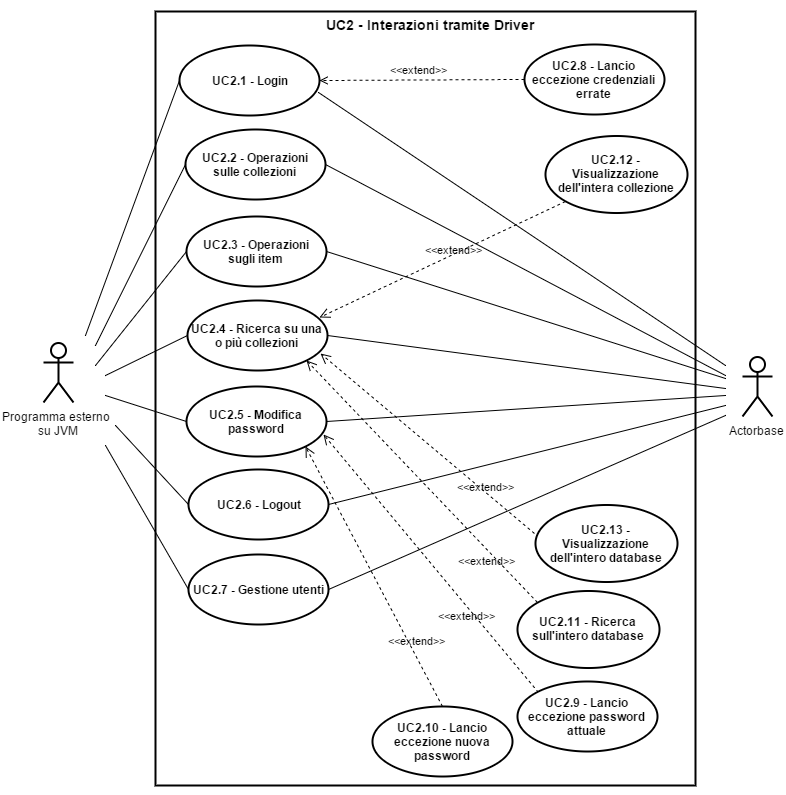
This is img/UseCases/UC2.png from ScalateKids/Actorbase-Documents, a draw.io export, as it was before one commit. Source tidied: cells renumbered, new cells last; positions are measured from the earlier drawing's top-left corner, leaving out a move shared by most shapes.
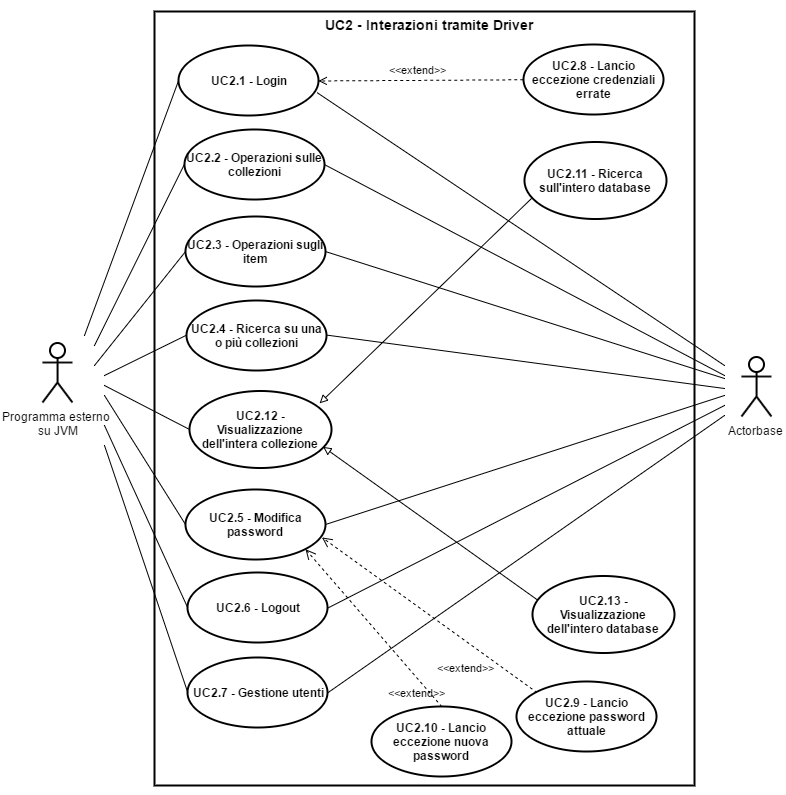
The same file after the commit.

What changed in the source:
```diff
@@ -73,16 +73,16 @@
       <mxGeometry x="337" width="100" height="40" as="geometry" />
     </mxCell>
     <mxCell id="20" style="edgeStyle=orthogonalEdgeStyle;rounded=0;html=1;exitX=0.5;exitY=1;entryX=0.5;entryY=1;jettySize=auto;orthogonalLoop=1;" parent="1" edge="1" source="3" target="3">
-      <mxGeometry x="1440" y="2140" as="geometry" />
+      <mxGeometry x="1439.8" y="2140.2" as="geometry" />
     </mxCell>
     <mxCell id="21" value="&lt;b&gt;UC2.5 - Modifica password&lt;/b&gt;" style="ellipse;whiteSpace=wrap;html=1;shadow=0;glass=0;strokeWidth=2;fillColor=none;" parent="1" vertex="1">
-      <mxGeometry x="143" y="384" width="140" height="70" as="geometry" />
+      <mxGeometry x="143" y="487" width="140" height="70" as="geometry" />
     </mxCell>
     <mxCell id="22" value="&lt;b&gt;UC2.6 - Logout&lt;/b&gt;" style="ellipse;whiteSpace=wrap;html=1;shadow=0;glass=0;strokeWidth=2;fillColor=none;" parent="1" vertex="1">
-      <mxGeometry x="145" y="467" width="140" height="70" as="geometry" />
+      <mxGeometry x="145" y="570" width="140" height="70" as="geometry" />
     </mxCell>
     <mxCell id="23" value="&lt;b&gt;UC2.7 - Gestione utenti&lt;/b&gt;" style="ellipse;whiteSpace=wrap;html=1;shadow=0;glass=0;strokeWidth=2;fillColor=none;" parent="1" vertex="1">
-      <mxGeometry x="145" y="552" width="140" height="70" as="geometry" />
+      <mxGeometry x="145" y="655" width="140" height="70" as="geometry" />
     </mxCell>
     <mxCell id="24" style="endArrow=none;html=1;strokeWidth=1;entryX=0;entryY=0.5;" parent="1" edge="1" target="21">
       <mxGeometry x="1120" y="1750" as="geometry">
@@ -90,8 +90,8 @@
       </mxGeometry>
     </mxCell>
     <mxCell id="25" style="endArrow=none;html=1;strokeWidth=1;entryX=0;entryY=0.5;" parent="1" edge="1" target="22">
-      <mxGeometry x="1130" y="1780" as="geometry">
-        <mxPoint x="72" y="423" as="sourcePoint" />
+      <mxGeometry x="1120" y="1780" as="geometry">
+        <mxPoint x="62" y="423" as="sourcePoint" />
       </mxGeometry>
     </mxCell>
     <mxCell id="26" style="endArrow=none;html=1;strokeWidth=1;exitX=1;exitY=0.5;" parent="1" edge="1" source="21">
@@ -100,7 +100,7 @@
       </mxGeometry>
     </mxCell>
     <mxCell id="27" style="endArrow=none;html=1;strokeWidth=1;exitX=1;exitY=0.5;" parent="1" edge="1" source="22">
-      <mxGeometry x="1343" y="1760" as="geometry">
+      <mxGeometry x="1343.4" y="1760" as="geometry">
         <mxPoint x="682" y="403" as="targetPoint" />
       </mxGeometry>
     </mxCell>
@@ -126,7 +126,7 @@
       <mxGeometry x="474.2" y="679.3" width="140" height="70" as="geometry" />
     </mxCell>
     <mxCell id="33" style="endArrow=none;html=1;strokeWidth=1;exitX=1;exitY=0.5;" parent="1" edge="1" source="23">
-      <mxGeometry x="1343" y="1770" as="geometry">
+      <mxGeometry x="1343.4" y="1770" as="geometry">
         <mxPoint x="682" y="413" as="targetPoint" />
       </mxGeometry>
     </mxCell>
@@ -134,7 +134,7 @@
       <mxGeometry x="481" y="42" width="140" height="70" as="geometry" />
     </mxCell>
     <mxCell id="35" style="edgeStyle=none;rounded=0;html=1;exitX=0;exitY=0.5;entryX=1;entryY=0.5;startArrow=none;startFill=0;endArrow=open;endFill=0;jettySize=auto;dashed=1;" parent="1" edge="1" source="34" target="16">
-      <mxGeometry x="1334" y="1434" as="geometry" />
+      <mxGeometry x="1333.9" y="1434.3" as="geometry" />
     </mxCell>
     <mxCell id="36" value="&amp;lt;&amp;lt;extend&amp;gt;&amp;gt;" style="text;html=1;align=center;verticalAlign=middle;labelBackgroundColor=none;fontSize=11;" parent="35" vertex="1">
       <mxGeometry x="0.16" y="-1" relative="1" as="geometry">
@@ -142,33 +142,29 @@
       </mxGeometry>
     </mxCell>
     <mxCell id="37" value="&amp;lt;&amp;lt;extend&amp;gt;&amp;gt;" style="text;html=1;align=center;verticalAlign=middle;labelBackgroundColor=none;fontSize=11;" parent="1" vertex="1">
-      <mxGeometry x="375" y="66.6" as="geometry">
+      <mxGeometry x="374.8" y="67" as="geometry">
         <mxPoint x="13" y="-10" as="offset" />
       </mxGeometry>
     </mxCell>
     <mxCell id="38" value="&lt;b&gt;&lt;font style=&quot;font-size: 12px&quot;&gt;UC2.11 - Ricerca sull'intero database&lt;/font&gt;&lt;/b&gt;" style="ellipse;whiteSpace=wrap;html=1;shadow=0;glass=0;strokeWidth=2;fillColor=none;" parent="1" vertex="1">
-      <mxGeometry x="474" y="588.3" width="142" height="77" as="geometry" />
+      <mxGeometry x="482" y="139.3" width="142" height="77" as="geometry" />
     </mxCell>
-    <mxCell id="39" value="&lt;font style=&quot;font-size: 11px&quot;&gt;&amp;lt;&amp;lt;extend&amp;gt;&amp;gt;&lt;/font&gt;" style="html=1;verticalAlign=bottom;endArrow=open;dashed=1;endSize=8;strokeWidth=1;fontSize=21;exitX=0;exitY=0;entryX=1;entryY=1;labelBackgroundColor=none;" parent="1" edge="1" source="38" target="7">
-      <mxGeometry as="geometry">
-        <mxPoint x="65" y="90" as="offset" />
-      </mxGeometry>
+    <mxCell id="39" value="&lt;b&gt;&lt;font style=&quot;font-size: 12px&quot;&gt;UC2.12 - Visualizzazione dell'intera collezione&lt;/font&gt;&lt;/b&gt;" style="ellipse;whiteSpace=wrap;html=1;shadow=0;glass=0;strokeWidth=2;fillColor=none;" parent="1" vertex="1">
+      <mxGeometry x="147" y="388.3" width="142" height="77" as="geometry" />
     </mxCell>
-    <mxCell id="40" value="&lt;b&gt;&lt;font style=&quot;font-size: 12px&quot;&gt;UC2.12 - Visualizzazione dell'intera collezione&lt;/font&gt;&lt;/b&gt;" style="ellipse;whiteSpace=wrap;html=1;shadow=0;glass=0;strokeWidth=2;fillColor=none;" parent="1" vertex="1">
-      <mxGeometry x="502" y="133.3" width="142" height="77" as="geometry" />
+    <mxCell id="40" value="&lt;b&gt;&lt;font style=&quot;font-size: 12px&quot;&gt;UC2.13 - Visualizzazione dell'intero database&lt;/font&gt;&lt;/b&gt;" style="ellipse;whiteSpace=wrap;html=1;shadow=0;glass=0;strokeWidth=2;fillColor=none;" parent="1" vertex="1">
+      <mxGeometry x="490" y="573.7" width="142" height="77" as="geometry" />
     </mxCell>
-    <mxCell id="41" value="&lt;font style=&quot;font-size: 11px&quot;&gt;&amp;lt;&amp;lt;extend&amp;gt;&amp;gt;&lt;/font&gt;" style="html=1;verticalAlign=bottom;endArrow=open;dashed=1;endSize=8;strokeWidth=1;fontSize=21;exitX=0;exitY=1;entryX=0.942;entryY=0.242;labelBackgroundColor=none;entryPerimeter=0;" parent="1" edge="1" source="40" target="7">
-      <mxGeometry as="geometry">
-        <mxPoint x="11" y="1" as="offset" />
+    <mxCell id="41" style="endArrow=none;html=1;entryX=0;entryY=0.5;" parent="1" edge="1" target="39">
+      <mxGeometry x="1030" y="1656" as="geometry">
+        <mxPoint x="62" y="383" as="sourcePoint" />
       </mxGeometry>
     </mxCell>
-    <mxCell id="42" value="&lt;b&gt;&lt;font style=&quot;font-size: 12px&quot;&gt;UC2.13 - Visualizzazione dell'intero database&lt;/font&gt;&lt;/b&gt;" style="ellipse;whiteSpace=wrap;html=1;shadow=0;glass=0;strokeWidth=2;fillColor=none;" parent="1" vertex="1">
-      <mxGeometry x="492" y="502.7" width="142" height="77" as="geometry" />
+    <mxCell id="42" style="endArrow=block;html=1;strokeWidth=1;fillColor=#000000;fontSize=20;exitX=0.034;exitY=0.307;endFill=0;entryX=0.941;entryY=0.728;entryPerimeter=0;exitPerimeter=0;" parent="1" edge="1" source="40" target="39">
+      <mxGeometry x="1507.5" y="1501.2" as="geometry" />
     </mxCell>
-    <mxCell id="43" value="&lt;font style=&quot;font-size: 11px;&quot;&gt;&amp;lt;&amp;lt;extend&amp;gt;&amp;gt;&lt;/font&gt;" style="html=1;verticalAlign=bottom;endArrow=open;dashed=1;endSize=8;strokeWidth=1;fontSize=11;exitX=-0.007;exitY=0.373;exitPerimeter=0;labelBackgroundColor=none;entryX=0.951;entryY=0.763;entryPerimeter=0;" parent="1" edge="1" source="42" target="7">
-      <mxGeometry as="geometry">
-        <mxPoint x="58" y="52" as="offset" />
-      </mxGeometry>
+    <mxCell id="43" style="endArrow=block;html=1;strokeWidth=1;fillColor=#000000;fontSize=20;exitX=0.048;exitY=0.738;endFill=0;entryX=0.916;entryY=0.162;entryPerimeter=0;exitPerimeter=0;" parent="1" edge="1" source="38" target="39">
+      <mxGeometry x="1517.5" y="1511.2" as="geometry" />
     </mxCell>
   </root>
 </mxGraphModel>
```
